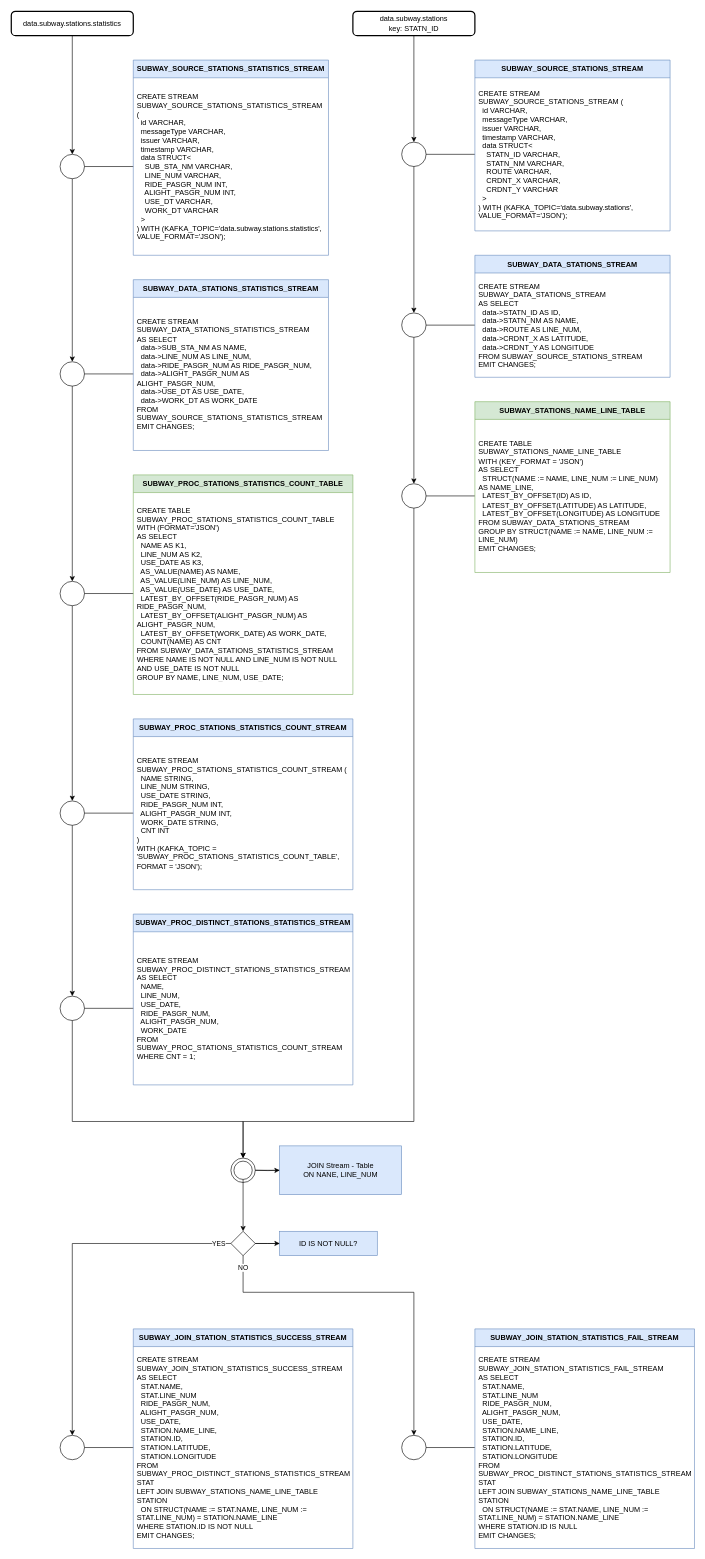
Above: subway/subwayKsqlDBTopology.drawio in p-bear/charts.draw.io (draw.io), before the change. Source tidied: cells renumbered, new cells numbered last; positions are measured from the earlier drawing's top-left corner, leaving out a move shared by most shapes. Both pictures are drawn from the tidied source at 61%, with x=0, y=0 at pixel (11, 11).
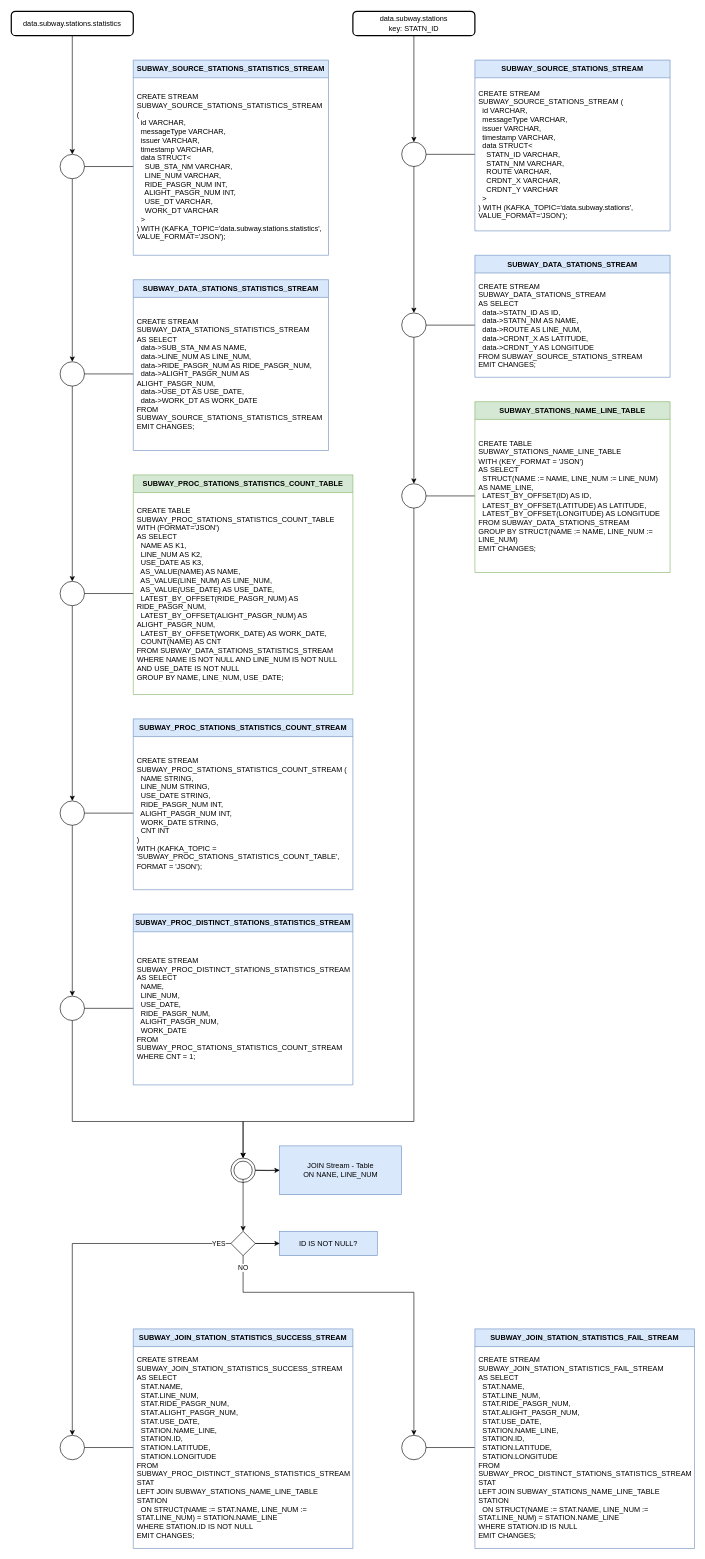
The same page after the edit.

Unchanged cells that the change refers to:
```xml
<mxCell id="54" value="SUBWAY_JOIN_STATION_STATISTICS_SUCCESS_STREAM" style="swimlane;fontStyle=1;align=center;verticalAlign=middle;horizontal=1;startSize=29;html=1;whiteSpace=wrap;fillColor=#dae8fc;strokeColor=#6c8ebf;" parent="51" vertex="1">
  <mxGeometry x="120" width="360" height="360" as="geometry" />
</mxCell>
<mxCell id="59" value="SUBWAY_JOIN_STATION_STATISTICS_FAIL_STREAM" style="swimlane;fontStyle=1;align=center;verticalAlign=middle;horizontal=1;startSize=29;html=1;whiteSpace=wrap;fillColor=#dae8fc;strokeColor=#6c8ebf;" parent="56" vertex="1">
  <mxGeometry x="120" width="360" height="360" as="geometry" />
</mxCell>
```

Diff of the diagram source:
```diff
@@
-    <mxCell id="55" value="&lt;div&gt;CREATE STREAM SUBWAY_JOIN_STATION_STATISTICS_SUCCESS_STREAM&lt;/div&gt;&lt;div&gt;AS SELECT&lt;/div&gt;&lt;div&gt;&amp;nbsp; STAT.NAME,&lt;/div&gt;&lt;div&gt;&amp;nbsp; STAT.LINE_NUM&lt;/div&gt;&lt;div&gt;&amp;nbsp; RIDE_PASGR_NUM,&lt;/div&gt;&lt;div&gt;&amp;nbsp; ALIGHT_PASGR_NUM,&lt;/div&gt;&lt;div&gt;&amp;nbsp; USE_DATE,&lt;/div&gt;&lt;div&gt;&amp;nbsp; STATION.NAME_LINE,&lt;/div&gt;&lt;div&gt;&amp;nbsp; STATION.ID,&lt;/div&gt;&lt;div&gt;&amp;nbsp; STATION.LATITUDE,&lt;/div&gt;&lt;div&gt;&amp;nbsp; STATION.LONGITUDE&lt;/div&gt;&lt;div&gt;FROM SUBWAY_PROC_DISTINCT_STATIONS_STATISTICS_STREAM STAT&lt;/div&gt;&lt;div&gt;LEFT JOIN SUBWAY_STATIONS_NAME_LINE_TABLE STATION&lt;/div&gt;&lt;div&gt;&amp;nbsp; ON STRUCT(NAME := STAT.NAME, LINE_NUM := STAT.LINE_NUM) = STATION.NAME_LINE&lt;/div&gt;&lt;div&gt;WHERE STATION.ID IS NOT NULL&lt;/div&gt;&lt;div&gt;EMIT CHANGES;&lt;/div&gt;" style="text;html=1;strokeColor=none;fillColor=none;align=left;verticalAlign=middle;spacingLeft=4;spacingRight=4;overflow=hidden;points=[[0,0.5],[1,0.5]];portConstraint=eastwest;whiteSpace=wrap;" parent="54" vertex="1">
+    <mxCell id="55" value="&lt;div&gt;CREATE STREAM SUBWAY_JOIN_STATION_STATISTICS_SUCCESS_STREAM&lt;/div&gt;&lt;div&gt;AS SELECT&lt;/div&gt;&lt;div&gt;&amp;nbsp; STAT.NAME,&lt;/div&gt;&lt;div&gt;&amp;nbsp; STAT.LINE_NUM,&lt;/div&gt;&lt;div&gt;&amp;nbsp; STAT.RIDE_PASGR_NUM,&lt;/div&gt;&lt;div&gt;&amp;nbsp; STAT.ALIGHT_PASGR_NUM,&lt;/div&gt;&lt;div&gt;&amp;nbsp; STAT.USE_DATE,&lt;/div&gt;&lt;div&gt;&amp;nbsp; STATION.NAME_LINE,&lt;/div&gt;&lt;div&gt;&amp;nbsp; STATION.ID,&lt;/div&gt;&lt;div&gt;&amp;nbsp; STATION.LATITUDE,&lt;/div&gt;&lt;div&gt;&amp;nbsp; STATION.LONGITUDE&lt;/div&gt;&lt;div&gt;FROM SUBWAY_PROC_DISTINCT_STATIONS_STATISTICS_STREAM STAT&lt;/div&gt;&lt;div&gt;LEFT JOIN SUBWAY_STATIONS_NAME_LINE_TABLE STATION&lt;/div&gt;&lt;div&gt;&amp;nbsp; ON STRUCT(NAME := STAT.NAME, LINE_NUM := STAT.LINE_NUM) = STATION.NAME_LINE&lt;/div&gt;&lt;div&gt;WHERE STATION.ID IS NOT NULL&lt;/div&gt;&lt;div&gt;EMIT CHANGES;&lt;/div&gt;" style="text;html=1;strokeColor=none;fillColor=none;align=left;verticalAlign=middle;spacingLeft=4;spacingRight=4;overflow=hidden;points=[[0,0.5],[1,0.5]];portConstraint=eastwest;whiteSpace=wrap;" parent="54" vertex="1">
       <mxGeometry y="29" width="360" height="331" as="geometry" />
     </mxCell>
@@
-    <mxCell id="60" value="&lt;div&gt;CREATE STREAM SUBWAY_JOIN_STATION_STATISTICS_FAIL_STREAM&lt;/div&gt;&lt;div&gt;AS SELECT&lt;/div&gt;&lt;div&gt;&amp;nbsp; STAT.NAME,&lt;/div&gt;&lt;div&gt;&amp;nbsp; STAT.LINE_NUM&lt;/div&gt;&lt;div&gt;&amp;nbsp; RIDE_PASGR_NUM,&lt;/div&gt;&lt;div&gt;&amp;nbsp; ALIGHT_PASGR_NUM,&lt;/div&gt;&lt;div&gt;&amp;nbsp; USE_DATE,&lt;/div&gt;&lt;div&gt;&amp;nbsp; STATION.NAME_LINE,&lt;/div&gt;&lt;div&gt;&amp;nbsp; STATION.ID,&lt;/div&gt;&lt;div&gt;&amp;nbsp; STATION.LATITUDE,&lt;/div&gt;&lt;div&gt;&amp;nbsp; STATION.LONGITUDE&lt;/div&gt;&lt;div&gt;FROM SUBWAY_PROC_DISTINCT_STATIONS_STATISTICS_STREAM STAT&lt;/div&gt;&lt;div&gt;LEFT JOIN SUBWAY_STATIONS_NAME_LINE_TABLE STATION&lt;/div&gt;&lt;div&gt;&amp;nbsp; ON STRUCT(NAME := STAT.NAME, LINE_NUM := STAT.LINE_NUM) = STATION.NAME_LINE&lt;/div&gt;&lt;div&gt;WHERE STATION.ID IS NULL&lt;/div&gt;&lt;div&gt;EMIT CHANGES;&lt;/div&gt;" style="text;html=1;strokeColor=none;fillColor=none;align=left;verticalAlign=middle;spacingLeft=4;spacingRight=4;overflow=hidden;points=[[0,0.5],[1,0.5]];portConstraint=eastwest;whiteSpace=wrap;" parent="59" vertex="1">
+    <mxCell id="60" value="&lt;div&gt;CREATE STREAM SUBWAY_JOIN_STATION_STATISTICS_FAIL_STREAM&lt;/div&gt;&lt;div&gt;AS SELECT&lt;/div&gt;&lt;div&gt;&amp;nbsp;&amp;nbsp;&lt;span style=&quot;background-color: initial;&quot;&gt;STAT.NAME,&lt;/span&gt;&lt;/div&gt;&lt;div&gt;&amp;nbsp; STAT.LINE_NUM,&lt;/div&gt;&lt;div&gt;&amp;nbsp; STAT.RIDE_PASGR_NUM,&lt;/div&gt;&lt;div&gt;&amp;nbsp; STAT.ALIGHT_PASGR_NUM,&lt;/div&gt;&lt;div&gt;&amp;nbsp; STAT.USE_DATE,&lt;/div&gt;&lt;div&gt;&amp;nbsp; STATION.NAME_LINE,&lt;/div&gt;&lt;div&gt;&amp;nbsp; STATION.ID,&lt;/div&gt;&lt;div&gt;&amp;nbsp; STATION.LATITUDE,&lt;/div&gt;&lt;div&gt;&amp;nbsp; STATION.LONGITUDE&lt;/div&gt;&lt;div&gt;FROM SUBWAY_PROC_DISTINCT_STATIONS_STATISTICS_STREAM STAT&lt;/div&gt;&lt;div&gt;LEFT JOIN SUBWAY_STATIONS_NAME_LINE_TABLE STATION&lt;/div&gt;&lt;div&gt;&amp;nbsp; ON STRUCT(NAME := STAT.NAME, LINE_NUM := STAT.LINE_NUM) = STATION.NAME_LINE&lt;/div&gt;&lt;div&gt;WHERE STATION.ID IS NULL&lt;/div&gt;&lt;div&gt;EMIT CHANGES;&lt;/div&gt;" style="text;html=1;strokeColor=none;fillColor=none;align=left;verticalAlign=middle;spacingLeft=4;spacingRight=4;overflow=hidden;points=[[0,0.5],[1,0.5]];portConstraint=eastwest;whiteSpace=wrap;" parent="59" vertex="1">
       <mxGeometry y="29" width="360" height="331" as="geometry" />
     </mxCell>
```
